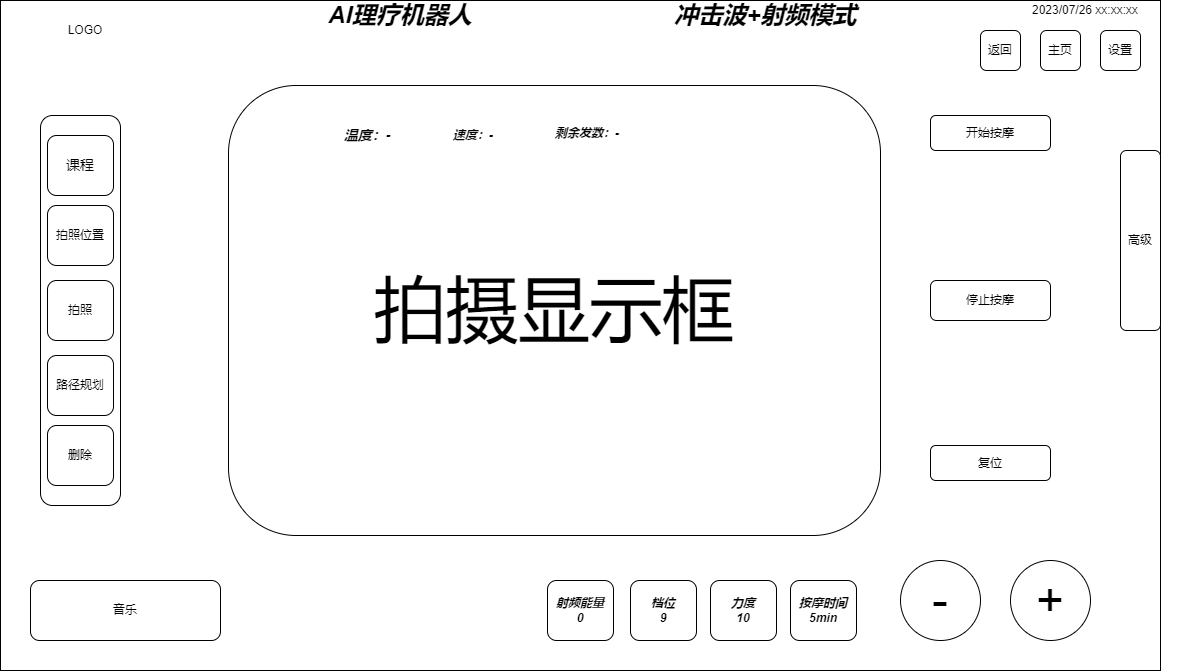
This is MiaoMiTwo.drawio.png from Durpe/Drawio, a draw.io export, as it was before one commit. Source tidied: cells renumbered, new cells last; positions are measured from the earlier drawing's top-left corner, leaving out a move shared by most shapes.
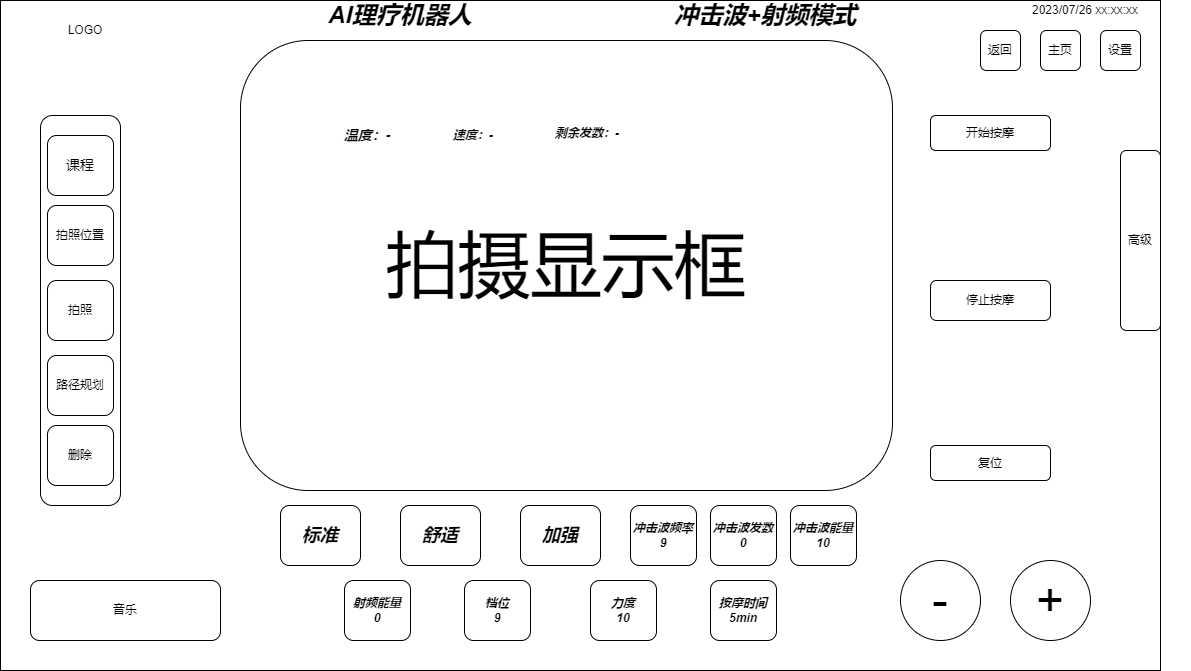
The same diagram one commit later.

Diff of the diagram source:
```diff
@@ -42,16 +42,16 @@
       <mxGeometry x="1120" y="150" width="40" height="180" as="geometry" />
     </mxCell>
     <mxCell id="15" value="&lt;b&gt;&lt;i&gt;射频能量&lt;br&gt;0&lt;/i&gt;&lt;/b&gt;" style="rounded=1;whiteSpace=wrap;html=1;" parent="1" vertex="1">
-      <mxGeometry x="547" y="580" width="66" height="60" as="geometry" />
+      <mxGeometry x="344" y="580" width="66" height="60" as="geometry" />
     </mxCell>
     <mxCell id="16" value="&lt;b&gt;&lt;i&gt;档位&lt;br&gt;9&lt;/i&gt;&lt;/b&gt;" style="rounded=1;whiteSpace=wrap;html=1;" parent="1" vertex="1">
-      <mxGeometry x="630" y="580" width="66" height="60" as="geometry" />
+      <mxGeometry x="464" y="580" width="66" height="60" as="geometry" />
     </mxCell>
     <mxCell id="17" value="&lt;b&gt;&lt;i&gt;按摩时间&lt;br&gt;5min&lt;/i&gt;&lt;/b&gt;" style="rounded=1;whiteSpace=wrap;html=1;" parent="1" vertex="1">
-      <mxGeometry x="790" y="580" width="66" height="60" as="geometry" />
+      <mxGeometry x="710" y="580" width="66" height="60" as="geometry" />
     </mxCell>
     <mxCell id="18" value="&lt;b&gt;&lt;i&gt;力度&lt;br&gt;10&lt;/i&gt;&lt;/b&gt;" style="rounded=1;whiteSpace=wrap;html=1;" parent="1" vertex="1">
-      <mxGeometry x="710" y="580" width="66" height="60" as="geometry" />
+      <mxGeometry x="590" y="580" width="66" height="60" as="geometry" />
     </mxCell>
     <mxCell id="19" value="&lt;font style=&quot;font-size: 48px;&quot;&gt;-&lt;/font&gt;" style="ellipse;whiteSpace=wrap;html=1;" parent="1" vertex="1">
       <mxGeometry x="900" y="560" width="80" height="80" as="geometry" />
@@ -60,7 +60,7 @@
       <mxGeometry x="1010" y="560" width="80" height="80" as="geometry" />
     </mxCell>
     <mxCell id="21" value="&lt;font style=&quot;font-size: 72px;&quot;&gt;拍摄显示框&lt;/font&gt;" style="rounded=1;whiteSpace=wrap;html=1;" parent="1" vertex="1">
-      <mxGeometry x="228" y="85" width="652" height="450" as="geometry" />
+      <mxGeometry x="240" y="40" width="652" height="450" as="geometry" />
     </mxCell>
     <mxCell id="22" value="&lt;font style=&quot;font-size: 24px;&quot;&gt;&lt;b&gt;&lt;i&gt;冲击波+射频模式&lt;/i&gt;&lt;/b&gt;&lt;/font&gt;" style="text;html=1;strokeColor=none;fillColor=none;align=center;verticalAlign=middle;whiteSpace=wrap;rounded=0;" parent="1" vertex="1">
       <mxGeometry x="651" width="229" height="30" as="geometry" />
@@ -89,5 +89,23 @@
     <mxCell id="30" value="&lt;b&gt;&lt;i&gt;剩余发数：-&lt;/i&gt;&lt;/b&gt;" style="text;html=1;strokeColor=none;fillColor=none;align=center;verticalAlign=middle;whiteSpace=wrap;rounded=0;" parent="1" vertex="1">
       <mxGeometry x="544" y="117.5" width="86" height="30" as="geometry" />
     </mxCell>
+    <mxCell id="31" value="&lt;font style=&quot;font-size: 12px;&quot;&gt;&lt;b&gt;&lt;i&gt;冲击波发数&lt;br&gt;0&lt;/i&gt;&lt;/b&gt;&lt;/font&gt;" style="rounded=1;whiteSpace=wrap;html=1;" parent="1" vertex="1">
+      <mxGeometry x="710" y="505" width="66" height="60" as="geometry" />
+    </mxCell>
+    <mxCell id="32" value="&lt;font style=&quot;font-size: 12px;&quot;&gt;&lt;b&gt;&lt;i&gt;冲击波频率&lt;br&gt;9&lt;/i&gt;&lt;/b&gt;&lt;/font&gt;" style="rounded=1;whiteSpace=wrap;html=1;" parent="1" vertex="1">
+      <mxGeometry x="630" y="505" width="66" height="60" as="geometry" />
+    </mxCell>
+    <mxCell id="33" value="&lt;b&gt;&lt;i&gt;冲击波能量&lt;br&gt;10&lt;/i&gt;&lt;/b&gt;" style="rounded=1;whiteSpace=wrap;html=1;" parent="1" vertex="1">
+      <mxGeometry x="790" y="505" width="66" height="60" as="geometry" />
+    </mxCell>
+    <mxCell id="34" value="&lt;font style=&quot;font-size: 18px;&quot;&gt;&lt;b&gt;&lt;i&gt;标准&lt;/i&gt;&lt;/b&gt;&lt;/font&gt;" style="rounded=1;whiteSpace=wrap;html=1;" parent="1" vertex="1">
+      <mxGeometry x="280" y="505" width="80" height="60" as="geometry" />
+    </mxCell>
+    <mxCell id="35" value="&lt;font style=&quot;font-size: 18px;&quot;&gt;&lt;b&gt;&lt;i&gt;舒适&lt;/i&gt;&lt;/b&gt;&lt;/font&gt;" style="rounded=1;whiteSpace=wrap;html=1;" parent="1" vertex="1">
+      <mxGeometry x="400" y="505" width="80" height="60" as="geometry" />
+    </mxCell>
+    <mxCell id="36" value="&lt;font style=&quot;font-size: 18px;&quot;&gt;&lt;b&gt;&lt;i&gt;加强&lt;/i&gt;&lt;/b&gt;&lt;/font&gt;" style="rounded=1;whiteSpace=wrap;html=1;" parent="1" vertex="1">
+      <mxGeometry x="520" y="505" width="80" height="60" as="geometry" />
+    </mxCell>
   </root>
 </mxGraphModel>
```
